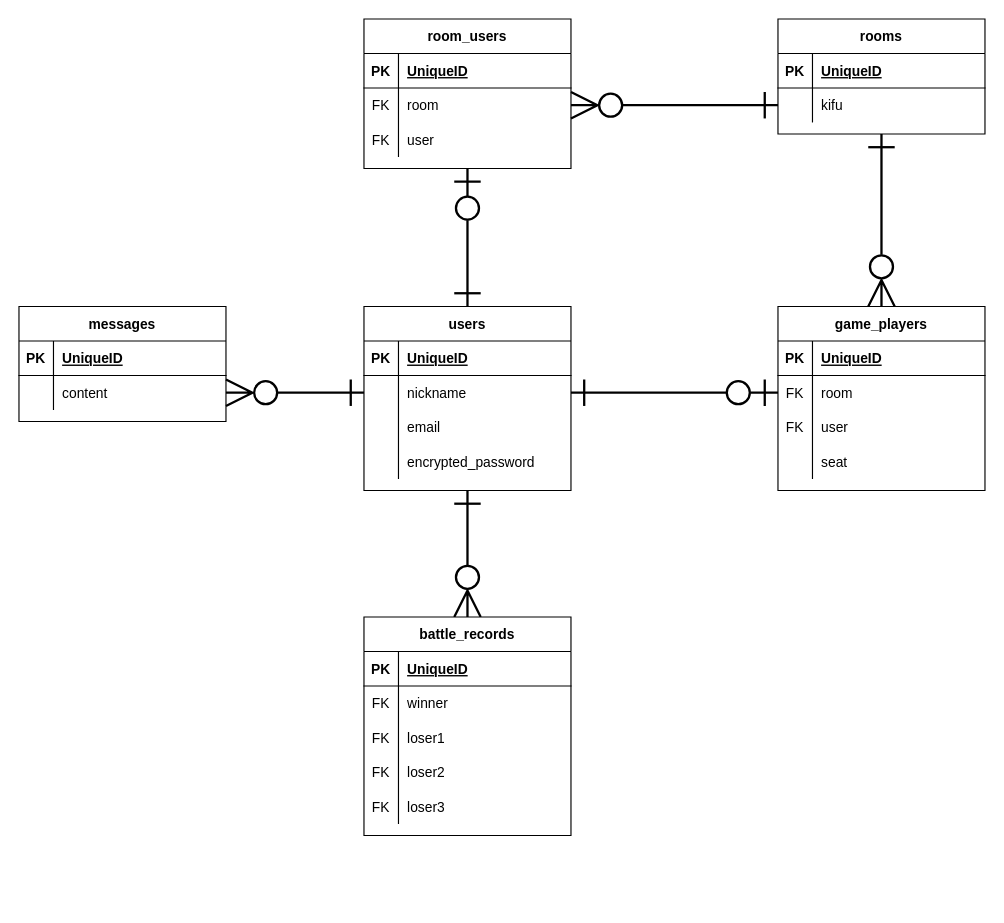
Above: otrio.drawio in polotomato/otrio (draw.io), before the change. Source tidied: cells renumbered, new cells numbered last; positions are measured from the earlier drawing's top-left corner, leaving out a move shared by most shapes. Both pictures are drawn from the tidied source at 115%, with x=0, y=0 at pixel (18, 18).
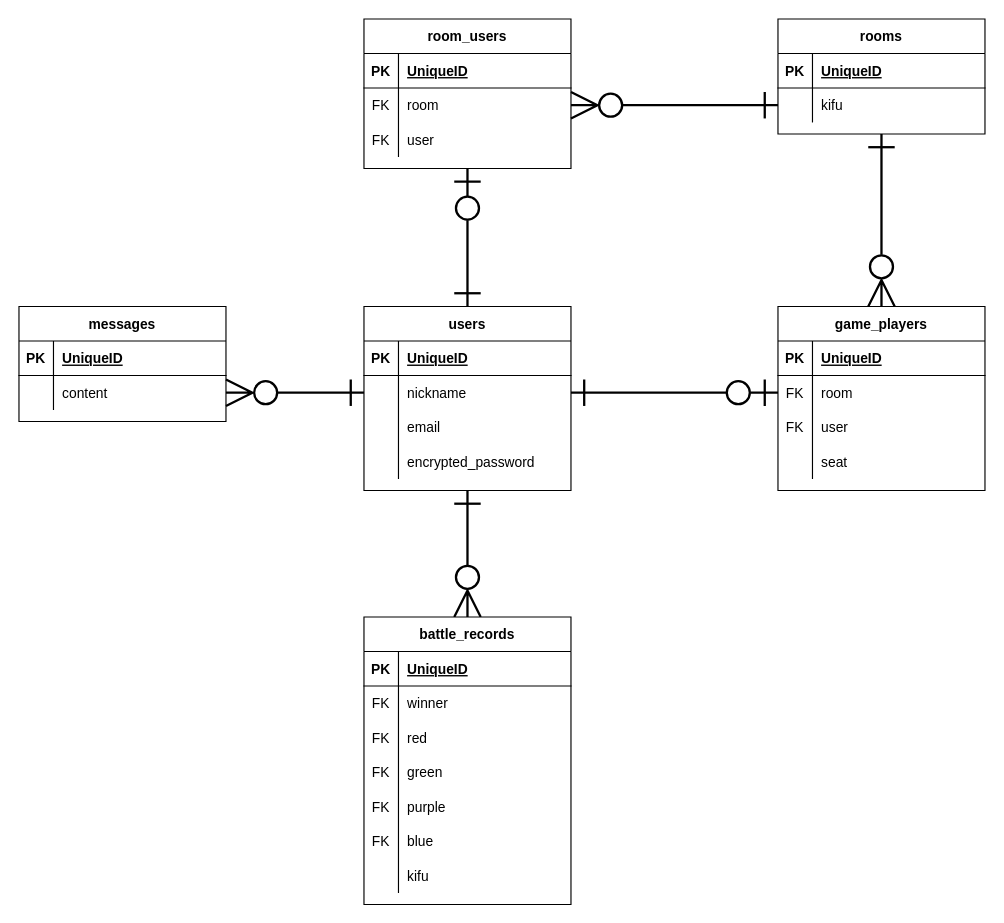
After the change.

Unchanged cells that the change refers to:
```xml
<mxCell id="44" style="shape=partialRectangle;fillColor=none;top=0;left=0;bottom=0;right=0;" parent="37" vertex="1">
  <mxGeometry y="90" width="180" height="30" as="geometry" />
</mxCell>
<mxCell id="47" style="shape=partialRectangle;fillColor=none;top=0;left=0;bottom=0;right=0;" parent="37" vertex="1">
  <mxGeometry y="120" width="180" height="30" as="geometry" />
</mxCell>
```

What changed in the source:
```diff
@@
     <mxCell id="37" value="battle_records" style="shape=table;startSize=30;childLayout=tableLayout;rowLines=0;fontStyle=1;align=center;" parent="1" vertex="1">
-      <mxGeometry x="300" y="520" width="180" height="190" as="geometry" />
+      <mxGeometry x="300" y="520" width="180" height="250" as="geometry" />
     </mxCell>
@@
-    <mxCell id="46" value="loser1" style="shape=partialRectangle;fillColor=none;top=0;left=0;bottom=0;right=0;align=left;spacingLeft=6;overflow=hidden;" parent="44" vertex="1">
+    <mxCell id="46" value="red" style="shape=partialRectangle;fillColor=none;top=0;left=0;bottom=0;right=0;align=left;spacingLeft=6;overflow=hidden;" parent="44" vertex="1">
       <mxGeometry x="30" width="150" height="30" as="geometry" />
     </mxCell>
@@
-    <mxCell id="49" value="loser2" style="shape=partialRectangle;fillColor=none;top=0;left=0;bottom=0;right=0;align=left;spacingLeft=6;overflow=hidden;" parent="47" vertex="1">
+    <mxCell id="49" value="green" style="shape=partialRectangle;fillColor=none;top=0;left=0;bottom=0;right=0;align=left;spacingLeft=6;overflow=hidden;" parent="47" vertex="1">
       <mxGeometry x="30" width="150" height="30" as="geometry" />
     </mxCell>
-    <mxCell id="50" style="shape=partialRectangle;fillColor=none;top=0;left=0;bottom=0;right=0;" parent="37" vertex="1">
+    <mxCell id="50" style="shape=partialRectangle;fillColor=none;top=0;left=0;bottom=0;right=0;shadow=0;" parent="37" vertex="1">
       <mxGeometry y="150" width="180" height="30" as="geometry" />
     </mxCell>
@@
-    <mxCell id="52" value="loser3" style="shape=partialRectangle;fillColor=none;top=0;left=0;bottom=0;right=0;align=left;spacingLeft=6;overflow=hidden;" parent="50" vertex="1">
+    <mxCell id="52" value="purple" style="shape=partialRectangle;fillColor=none;top=0;left=0;bottom=0;right=0;align=left;spacingLeft=6;overflow=hidden;" parent="50" vertex="1">
       <mxGeometry x="30" width="150" height="30" as="geometry" />
     </mxCell>
+    <mxCell id="74" style="shape=partialRectangle;fillColor=none;top=0;left=0;bottom=0;right=0;shadow=0;" parent="37" vertex="1">
+      <mxGeometry y="180" width="180" height="30" as="geometry" />
+    </mxCell>
+    <mxCell id="75" value="FK" style="shape=partialRectangle;fillColor=none;top=0;left=0;bottom=0;right=0;overflow=hidden;" parent="74" vertex="1">
+      <mxGeometry width="30" height="30" as="geometry" />
+    </mxCell>
+    <mxCell id="76" value="blue" style="shape=partialRectangle;fillColor=none;top=0;left=0;bottom=0;right=0;align=left;spacingLeft=6;overflow=hidden;" parent="74" vertex="1">
+      <mxGeometry x="30" width="150" height="30" as="geometry" />
+    </mxCell>
+    <mxCell id="77" style="shape=partialRectangle;fillColor=none;top=0;left=0;bottom=0;right=0;shadow=0;" parent="37" vertex="1">
+      <mxGeometry y="210" width="180" height="30" as="geometry" />
+    </mxCell>
+    <mxCell id="78" style="shape=partialRectangle;fillColor=none;top=0;left=0;bottom=0;right=0;overflow=hidden;" parent="77" vertex="1">
+      <mxGeometry width="30" height="30" as="geometry" />
+    </mxCell>
+    <mxCell id="79" value="kifu" style="shape=partialRectangle;fillColor=none;top=0;left=0;bottom=0;right=0;align=left;spacingLeft=6;overflow=hidden;" parent="77" vertex="1">
+      <mxGeometry x="30" width="150" height="30" as="geometry" />
+    </mxCell>
```
